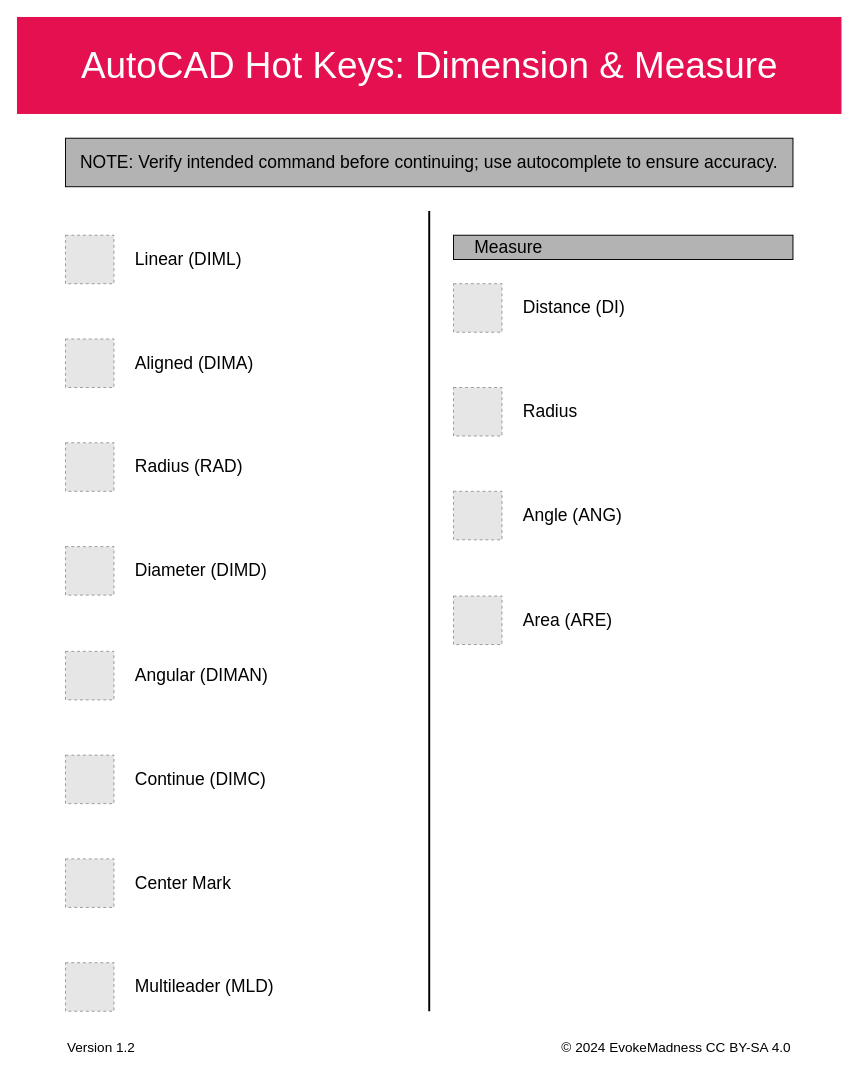
The draw.io diagram page "Dimension" (3 of 4) of src/drawio/autoCAD-hot-keys.drawio in EvokeMadness/AutoCAD-hot-keys, before the edit. Source tidied: cells renumbered, new cells numbered last; positions are measured from the earlier drawing's top-left corner, leaving out a move shared by most shapes. Both pictures are drawn from the tidied source at 97%, with x=0, y=0 at pixel (16, 16). Pictures stored in the file or linked from it are replaced by grey dashed boxes.
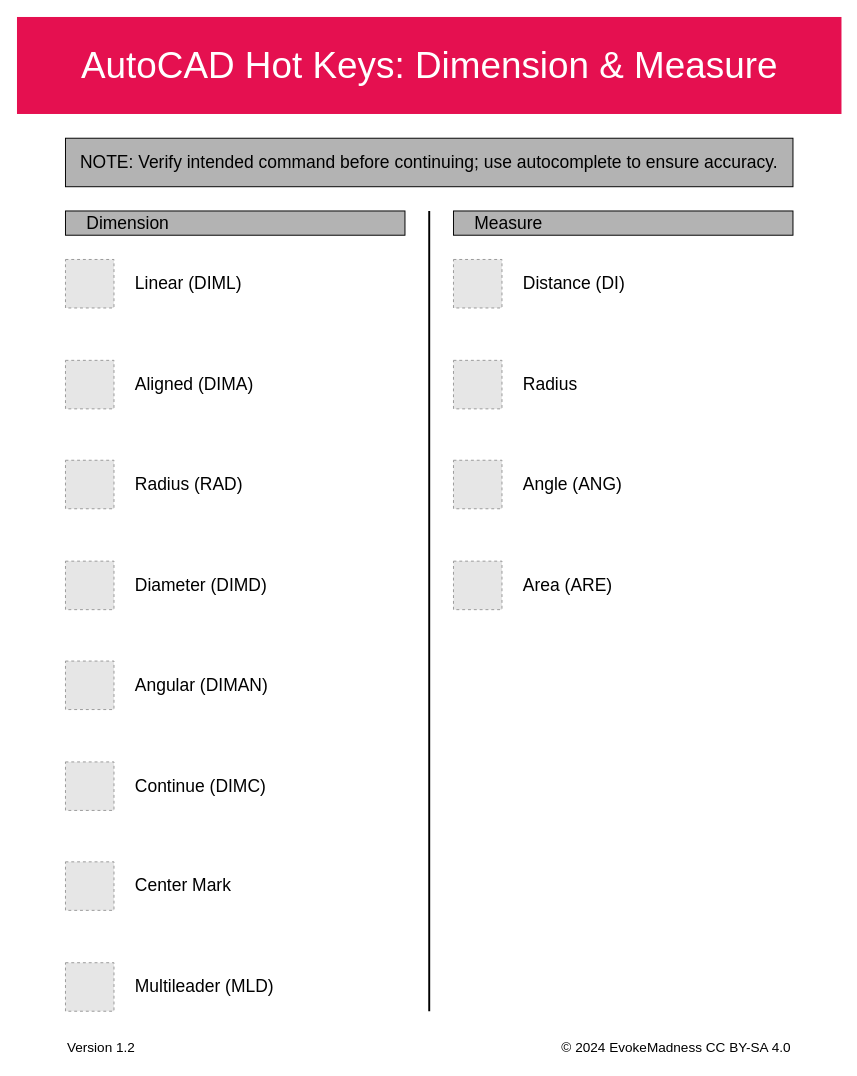
After the change.

The edit, as a diff of the source:
```diff
@@
     <mxCell id="3" value="Distance (DI)" style="fillColor=#E6E6E6;strokeColor=#999999;dashed=1;html=1;verticalLabelPosition=middle;verticalAlign=middle;fontColor=default;fontStyle=0;labelPosition=right;align=left;fontSize=18;spacingLeft=20;fontFamily=Helvetica;" parent="1" vertex="1">
-      <mxGeometry x="450" y="275" width="50" height="50" as="geometry" />
+      <mxGeometry x="450" y="250" width="50" height="50" as="geometry" />
     </mxCell>
     <mxCell id="4" value="Radius" style="fillColor=#E6E6E6;strokeColor=#999999;dashed=1;html=1;verticalLabelPosition=middle;verticalAlign=middle;fontColor=default;fontStyle=0;labelPosition=right;align=left;fontSize=18;spacingLeft=20;fontFamily=Helvetica;" parent="1" vertex="1">
-      <mxGeometry x="450" y="382" width="50" height="50" as="geometry" />
+      <mxGeometry x="450" y="354" width="50" height="50" as="geometry" />
     </mxCell>
@@
     <mxCell id="6" value="Angle (ANG)" style="fillColor=#E6E6E6;strokeColor=#999999;dashed=1;html=1;verticalLabelPosition=middle;verticalAlign=middle;fontColor=default;fontStyle=0;labelPosition=right;align=left;fontSize=18;spacingLeft=20;fontFamily=Helvetica;" parent="1" vertex="1">
-      <mxGeometry x="450" y="489" width="50" height="50" as="geometry" />
+      <mxGeometry x="450" y="457" width="50" height="50" as="geometry" />
     </mxCell>
     <mxCell id="7" value="Area (ARE)" style="fillColor=#E6E6E6;strokeColor=#999999;dashed=1;html=1;verticalLabelPosition=middle;verticalAlign=middle;fontColor=default;fontStyle=0;labelPosition=right;align=left;fontSize=18;spacingLeft=20;fontFamily=Helvetica;" parent="1" vertex="1">
-      <mxGeometry x="450" y="597" width="50" height="50" as="geometry" />
+      <mxGeometry x="450" y="561" width="50" height="50" as="geometry" />
     </mxCell>
     <mxCell id="8" value="Measure" style="rounded=0;whiteSpace=wrap;html=1;fontColor=#000000;fillColor=#B3B3B3;strokeColor=default;fontSize=18;labelPosition=center;verticalLabelPosition=middle;align=left;verticalAlign=middle;spacingLeft=20;fontFamily=Helvetica;" parent="1" vertex="1">
-      <mxGeometry x="450" y="225" width="350" height="25" as="geometry" />
+      <mxGeometry x="450" y="200" width="350" height="25" as="geometry" />
     </mxCell>
     <mxCell id="9" value="Linear (DIML)" style="fillColor=#E6E6E6;strokeColor=#999999;dashed=1;html=1;verticalLabelPosition=middle;verticalAlign=middle;fontColor=default;fontStyle=0;fontSize=18;spacingLeft=20;labelPosition=right;align=left;fontFamily=Helvetica;" parent="1" vertex="1">
-      <mxGeometry x="50" y="225" width="50" height="50" as="geometry" />
+      <mxGeometry x="50" y="250" width="50" height="50" as="geometry" />
     </mxCell>
     <mxCell id="10" value="Aligned (DIMA)" style="fillColor=#E6E6E6;strokeColor=#999999;dashed=1;html=1;verticalLabelPosition=middle;verticalAlign=middle;fontColor=default;fontStyle=0;fontSize=18;spacingLeft=20;labelPosition=right;align=left;fontFamily=Helvetica;" parent="1" vertex="1">
-      <mxGeometry x="50" y="332" width="50" height="50" as="geometry" />
+      <mxGeometry x="50" y="354" width="50" height="50" as="geometry" />
     </mxCell>
     <mxCell id="11" value="Radius (RAD)" style="fillColor=#E6E6E6;strokeColor=#999999;dashed=1;html=1;verticalLabelPosition=middle;verticalAlign=middle;fontColor=default;fontStyle=0;fontSize=18;spacingLeft=20;labelPosition=right;align=left;fontFamily=Helvetica;" parent="1" vertex="1">
-      <mxGeometry x="50" y="439" width="50" height="50" as="geometry" />
+      <mxGeometry x="50" y="457" width="50" height="50" as="geometry" />
     </mxCell>
     <mxCell id="12" value="Diameter (DIMD)" style="fillColor=#E6E6E6;strokeColor=#999999;dashed=1;html=1;verticalLabelPosition=middle;verticalAlign=middle;fontColor=default;fontStyle=0;fontSize=18;spacingLeft=20;labelPosition=right;align=left;fontFamily=Helvetica;" parent="1" vertex="1">
-      <mxGeometry x="50" y="546" width="50" height="50" as="geometry" />
+      <mxGeometry x="50" y="561" width="50" height="50" as="geometry" />
     </mxCell>
     <mxCell id="13" value="Angular (DIMAN)" style="fillColor=#E6E6E6;strokeColor=#999999;dashed=1;html=1;verticalLabelPosition=middle;verticalAlign=middle;fontColor=default;fontStyle=0;fontSize=18;spacingLeft=20;labelPosition=right;align=left;fontFamily=Helvetica;" parent="1" vertex="1">
-      <mxGeometry x="50" y="654" width="50" height="50" as="geometry" />
+      <mxGeometry x="50" y="664" width="50" height="50" as="geometry" />
     </mxCell>
     <mxCell id="14" value="Continue (DIMC)" style="fillColor=#E6E6E6;strokeColor=#999999;dashed=1;html=1;verticalLabelPosition=middle;verticalAlign=middle;fontColor=default;fontStyle=0;fontSize=18;spacingLeft=20;labelPosition=right;align=left;fontFamily=Helvetica;" parent="1" vertex="1">
-      <mxGeometry x="50" y="761" width="50" height="50" as="geometry" />
+      <mxGeometry x="50" y="768" width="50" height="50" as="geometry" />
     </mxCell>
@@
     <mxCell id="16" value="Center Mark" style="fillColor=#E6E6E6;strokeColor=#999999;dashed=1;html=1;verticalLabelPosition=middle;verticalAlign=middle;fontColor=default;fontStyle=0;fontSize=18;spacingLeft=20;labelPosition=right;align=left;fontFamily=Helvetica;" parent="1" vertex="1">
-      <mxGeometry x="50" y="868" width="50" height="50" as="geometry" />
+      <mxGeometry x="50" y="871" width="50" height="50" as="geometry" />
     </mxCell>
@@
     <mxCell id="18" value="Version 1.2" style="text;html=1;strokeColor=none;fillColor=none;align=left;verticalAlign=middle;whiteSpace=wrap;rounded=0;sketch=0;fontColor=default;fontFamily=Helvetica;fontSize=14;" parent="1" vertex="1">
-      <mxGeometry x="50" y="1050" width="375" height="25" as="geometry" />
+      <mxGeometry x="50" y="1050" width="350" height="25" as="geometry" />
     </mxCell>
     <mxCell id="19" value="© 2024 EvokeMadness CC BY-SA 4.0" style="text;html=1;strokeColor=none;fillColor=none;align=right;verticalAlign=middle;whiteSpace=wrap;rounded=0;sketch=0;fontColor=default;fontFamily=Helvetica;fontSize=14;" parent="1" vertex="1">
-      <mxGeometry x="425" y="1050" width="375" height="25" as="geometry" />
+      <mxGeometry x="450" y="1050" width="350" height="25" as="geometry" />
     </mxCell>
+    <mxCell id="20" value="Dimension" style="rounded=0;whiteSpace=wrap;html=1;fontColor=#000000;fillColor=#B3B3B3;strokeColor=default;fontSize=18;labelPosition=center;verticalLabelPosition=middle;align=left;verticalAlign=middle;spacingLeft=20;" parent="1" vertex="1">
+      <mxGeometry x="50" y="200" width="350" height="25" as="geometry" />
+    </mxCell>
```
